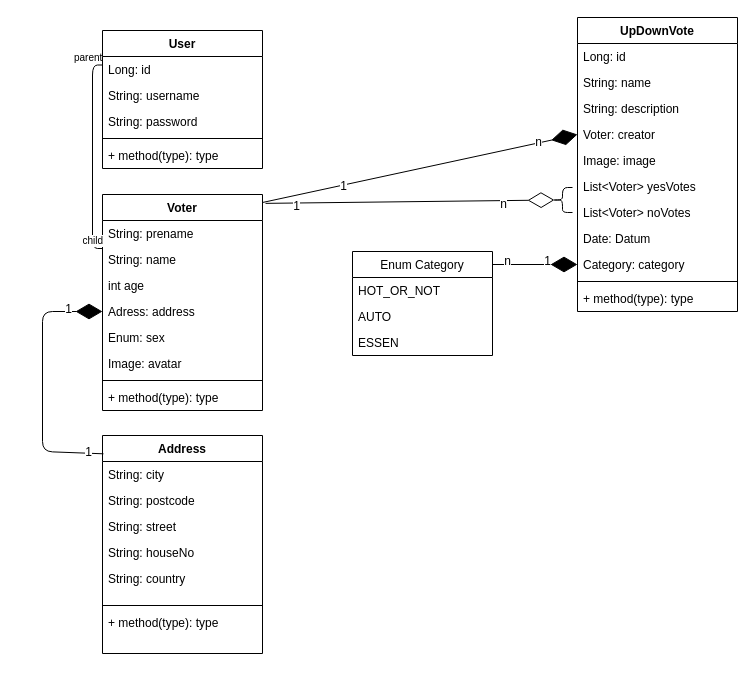
Earlier version of the draw.io diagram class-diagram.drawio (CodeWithFriendsKa/verteilte-systeme-vote-doku). Source tidied: cells renumbered, new cells numbered last; positions are measured from the earlier drawing's top-left corner, leaving out a move shared by most shapes. Both pictures are drawn from the tidied source at 100%, with x=0, y=0 at pixel (42, 17).
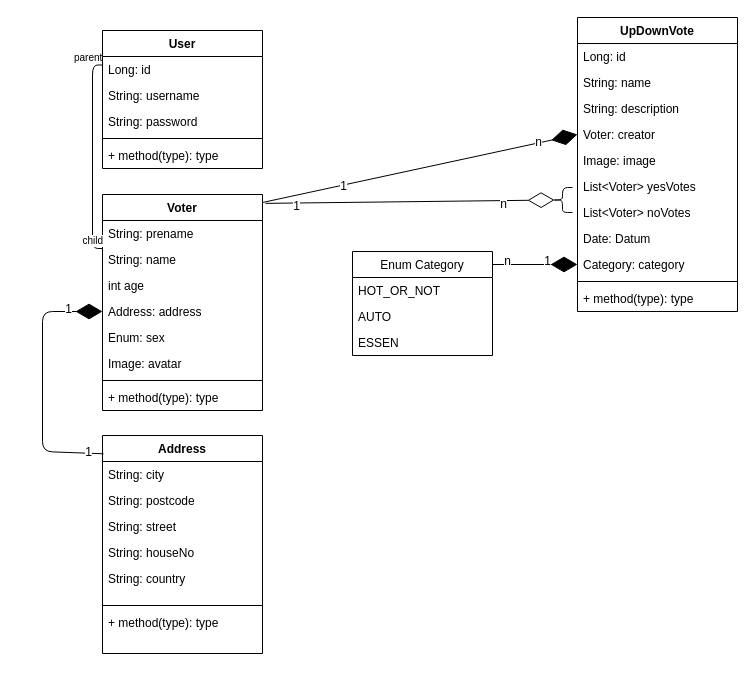
After the change.

Commit message:
Schreibfehler verbessert an class-diagram.drawio

The change refers to these unchanged cells:
```xml
<mxCell id="8" value="Voter&#10;" style="swimlane;fontStyle=1;align=center;verticalAlign=top;horizontal=1;startSize=26;" parent="1" vertex="1">
  <mxGeometry x="60" y="177" width="160" height="216" as="geometry" />
</mxCell>
```

Diff of the diagram source:
```diff
@@
-    <mxCell id="12" value="Adress: address" style="text;strokeColor=none;fillColor=none;align=left;verticalAlign=top;spacingLeft=4;spacingRight=4;overflow=hidden;points=[[0,0.5],[1,0.5]];portConstraint=eastwest;" parent="8" vertex="1">
+    <mxCell id="12" value="Address: address" style="text;strokeColor=none;fillColor=none;align=left;verticalAlign=top;spacingLeft=4;spacingRight=4;overflow=hidden;points=[[0,0.5],[1,0.5]];portConstraint=eastwest;" parent="8" vertex="1">
       <mxGeometry y="104" width="160" height="26" as="geometry" />
     </mxCell>
```
